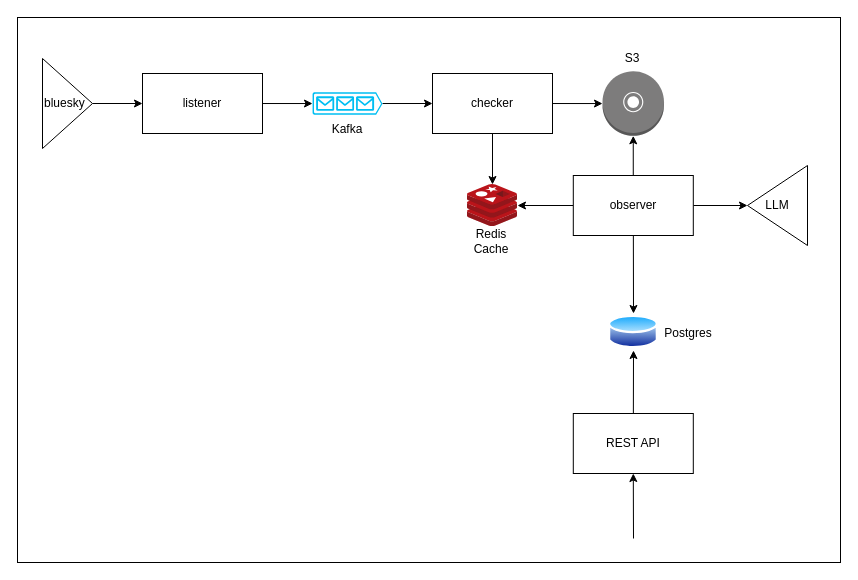
Above: design/arch.drawio in manjiri-chandure/SkyScope (draw.io), before the change. Source tidied: cells renumbered, new cells numbered last; positions are measured from the earlier drawing's top-left corner, leaving out a move shared by most shapes. Both pictures are drawn from the tidied source at 100%, with x=0, y=0 at pixel (17, 17).
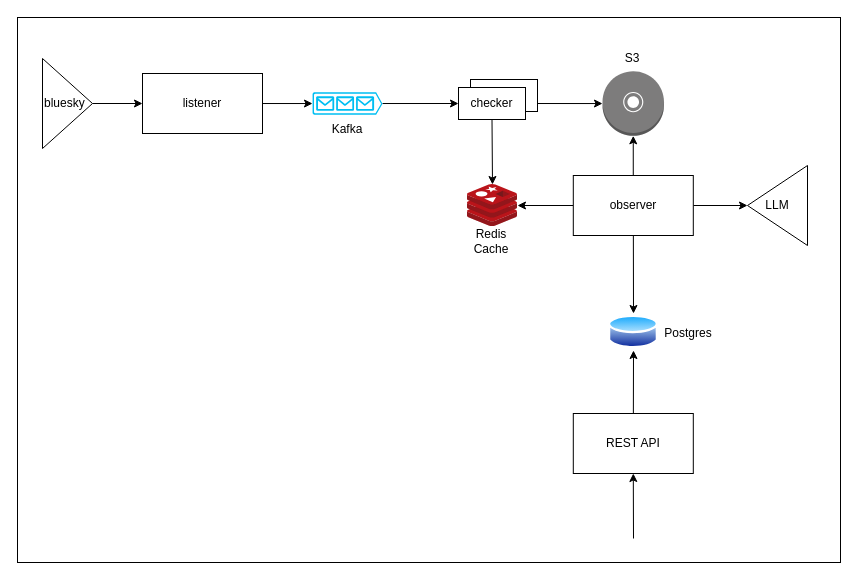
The same page after the edit.

The change refers to these unchanged cells:
```xml
<mxCell id="12" style="outlineConnect=0;dashed=0;verticalLabelPosition=bottom;verticalAlign=top;align=center;html=1;shape=mxgraph.aws3.disk;fillColor=#7D7C7C;gradientColor=none;" parent="1" vertex="1">
  <mxGeometry x="585" y="53.8" width="61.5" height="64.5" as="geometry" />
</mxCell>
<mxCell id="13" style="sketch=0;html=1;points=[];align=center;image;fontSize=12;image=img/lib/mscae/Cache_Redis_Product.svg;" parent="1" vertex="1">
  <mxGeometry x="450" y="167" width="50" height="42" as="geometry" />
</mxCell>
```

Diff of the diagram source:
```diff
@@
-    <mxCell id="9" style="edgeStyle=none;html=1;entryX=0;entryY=0.5;entryDx=0;entryDy=0;entryPerimeter=0;" parent="1" edge="1" source="11" target="12">
+    <mxCell id="9" style="edgeStyle=none;html=1;entryX=0;entryY=0.5;entryDx=0;entryDy=0;entryPerimeter=0;exitX=1;exitY=0.5;exitDx=0;exitDy=0;" parent="1" edge="1" source="11" target="12">
       <mxGeometry relative="1" as="geometry" />
     </mxCell>
-    <mxCell id="10" style="edgeStyle=none;html=1;entryX=0.5;entryY=0;entryDx=0;entryDy=0;entryPerimeter=0;" parent="1" edge="1" source="11" target="13">
+    <mxCell id="10" style="edgeStyle=none;html=1;entryX=0.5;entryY=0;entryDx=0;entryDy=0;entryPerimeter=0;exitX=0.5;exitY=1;exitDx=0;exitDy=0;" parent="1" edge="1" source="11" target="13">
       <mxGeometry relative="1" as="geometry" />
     </mxCell>
-    <mxCell id="11" value="checker" style="rounded=0;whiteSpace=wrap;html=1;" parent="1" vertex="1">
-      <mxGeometry x="415" y="56" width="120" height="60" as="geometry" />
-    </mxCell>
@@
+    <mxCell id="28" style="rounded=0;whiteSpace=wrap;html=1;" parent="1" vertex="1">
+      <mxGeometry x="453" y="62" width="67" height="32" as="geometry" />
+    </mxCell>
+    <mxCell id="11" value="checker" style="rounded=0;whiteSpace=wrap;html=1;" parent="1" vertex="1">
+      <mxGeometry x="441" y="70" width="67" height="32" as="geometry" />
+    </mxCell>
```
